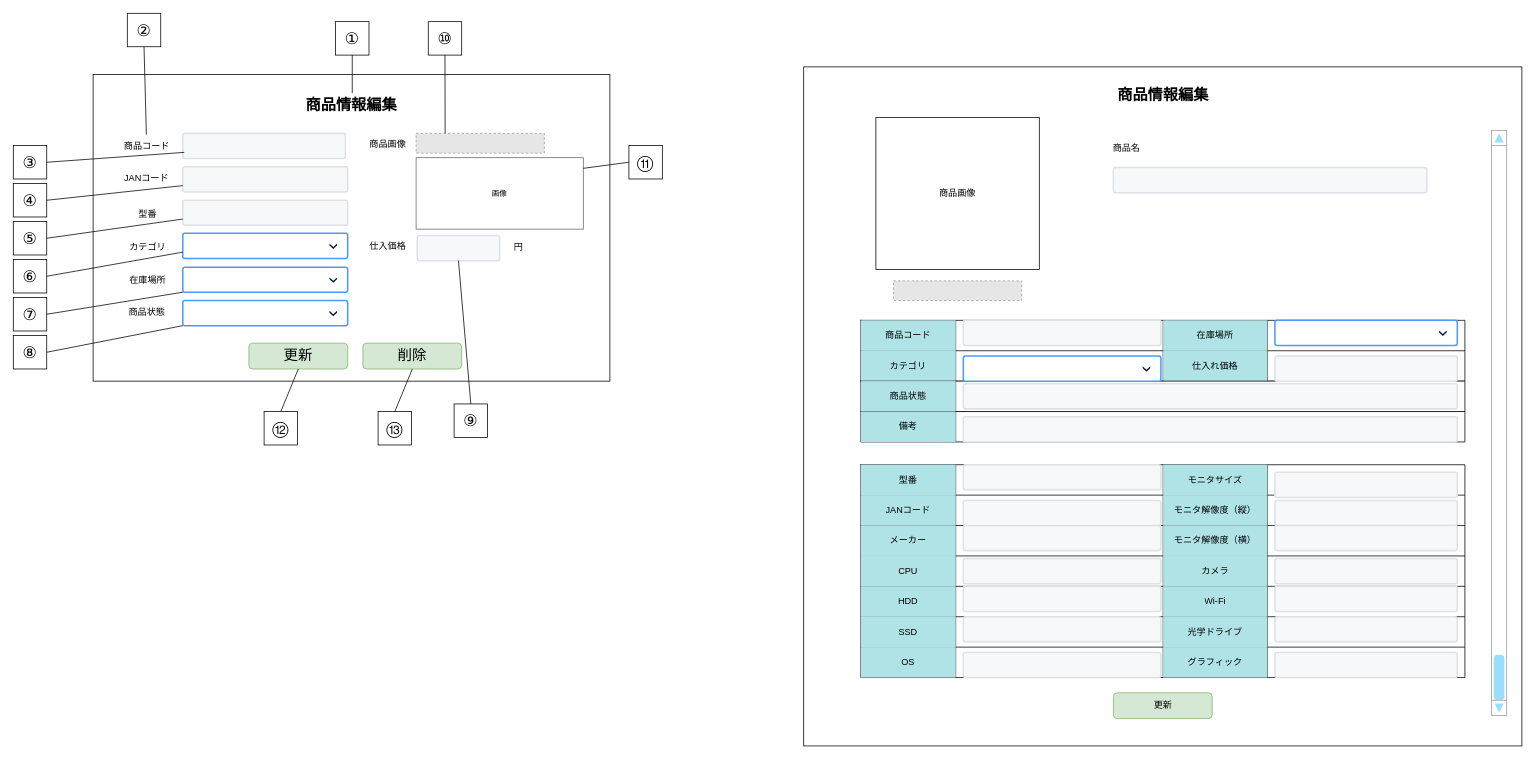
Before: page "S03-04 商品情報編集" (4 of 4) of 各種設計書/6.画面設計書/S03_商品マスタ.drawio in HaruShim/Sotuken, a draw.io diagram. Source tidied: cells renumbered, new cells numbered last; positions are measured from the earlier drawing's top-left corner, leaving out a move shared by most shapes. Both pictures are drawn from the tidied source at 76%, with x=0, y=0 at pixel (13, 13). Pictures stored in the file or linked from it are replaced by grey dashed boxes.
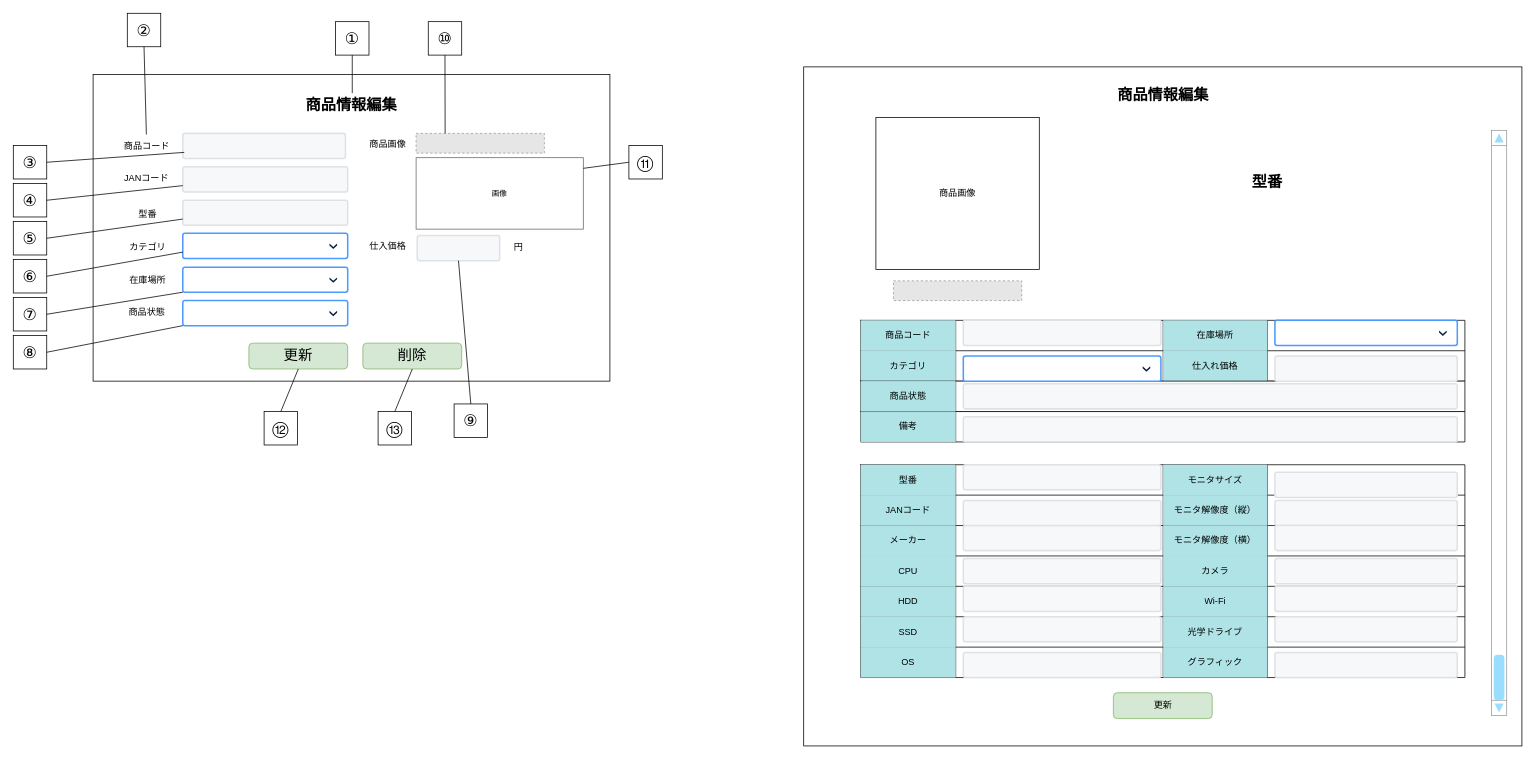
The same page after the edit.

What changed in the source:
```diff
@@
-    <mxCell id="114" value="商品名" style="text;html=1;strokeColor=none;fillColor=none;align=center;verticalAlign=middle;whiteSpace=wrap;rounded=0;fontColor=default;fontStyle=0;fontSize=12;" parent="1" vertex="1">
-      <mxGeometry x="1410" y="163" width="110" height="29" as="geometry" />
-    </mxCell>
-    <mxCell id="115" style="rounded=1;arcSize=9;fillColor=#F7F8F9;align=left;spacingLeft=5;strokeColor=#DEE1E6;html=1;strokeWidth=2;fontSize=12;" parent="1" vertex="1">
-      <mxGeometry x="1447.5" y="203" width="412.5" height="33" as="geometry" />
-    </mxCell>
@@
+    <mxCell id="140" value="型番" style="text;html=1;strokeColor=none;fillColor=none;align=center;verticalAlign=middle;whiteSpace=wrap;rounded=0;fontColor=default;fontStyle=1;fontSize=20;" parent="1" vertex="1">
+      <mxGeometry x="1440" y="206" width="420" height="29" as="geometry" />
+    </mxCell>
```
